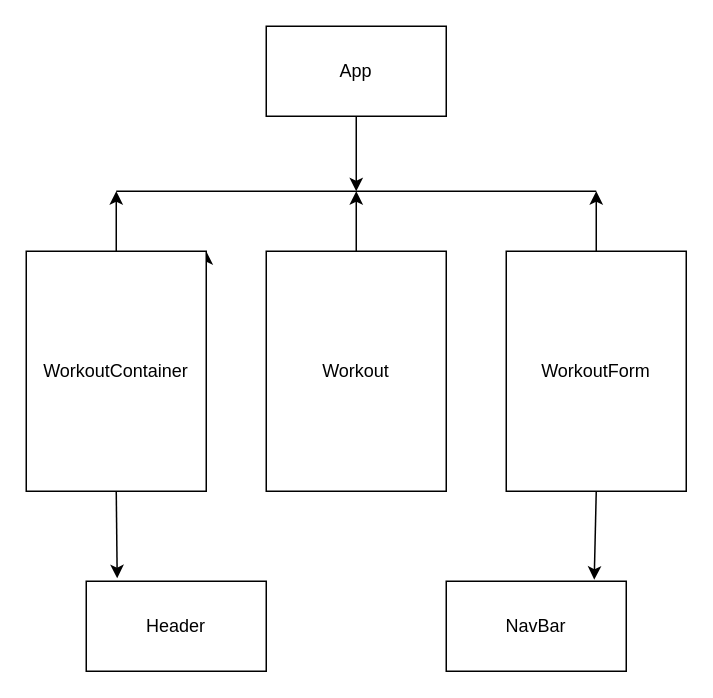
kennethlatour/Victory-React-Project keeps this draw.io diagram as .drawio. Above is the earlier version. Source tidied: cells renumbered, new cells numbered last; positions are measured from the earlier drawing's top-left corner, leaving out a move shared by most shapes. Both pictures are drawn from the tidied source at 150%, with x=0, y=0 at pixel (26, 26).
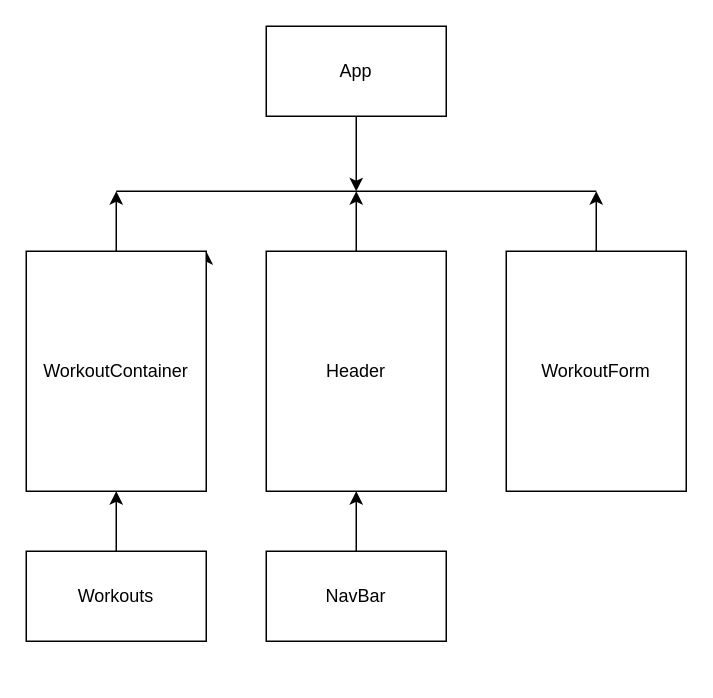
After the change.

Unchanged cells that the change refers to:
```xml
<mxCell id="7" value="WorkoutContainer" style="rounded=0;whiteSpace=wrap;html=1;" parent="1" vertex="1">
  <mxGeometry y="150" width="120" height="160" as="geometry" />
</mxCell>
<mxCell id="12" value="WorkoutForm" style="rounded=0;whiteSpace=wrap;html=1;" parent="1" vertex="1">
  <mxGeometry x="320" y="150" width="120" height="160" as="geometry" />
</mxCell>
```

What changed in the source:
```diff
@@
-    <mxCell id="5" style="edgeStyle=none;html=1;exitX=0.5;exitY=1;exitDx=0;exitDy=0;entryX=0.172;entryY=-0.033;entryDx=0;entryDy=0;entryPerimeter=0;" parent="1" edge="1" source="7" target="13">
-      <mxGeometry relative="1" as="geometry" />
-    </mxCell>
@@
-    <mxCell id="8" style="edgeStyle=none;html=1;" parent="1" edge="1" source="9">
-      <mxGeometry relative="1" as="geometry">
-        <mxPoint x="220" y="110" as="targetPoint" />
-      </mxGeometry>
-    </mxCell>
-    <mxCell id="9" value="Workout" style="rounded=0;whiteSpace=wrap;html=1;" parent="1" vertex="1">
-      <mxGeometry x="160" y="150" width="120" height="160" as="geometry" />
-    </mxCell>
-    <mxCell id="10" style="edgeStyle=none;html=1;exitX=0.5;exitY=1;exitDx=0;exitDy=0;entryX=0.822;entryY=-0.017;entryDx=0;entryDy=0;entryPerimeter=0;" parent="1" edge="1" source="12" target="14">
-      <mxGeometry relative="1" as="geometry" />
-    </mxCell>
@@
+    <mxCell id="16" style="edgeStyle=none;html=1;" parent="1" edge="1" source="13">
+      <mxGeometry relative="1" as="geometry">
+        <mxPoint x="220" y="110" as="targetPoint" />
+      </mxGeometry>
+    </mxCell>
     <mxCell id="13" value="Header" style="rounded=0;whiteSpace=wrap;html=1;" parent="1" vertex="1">
-      <mxGeometry x="40" y="370" width="120" height="60" as="geometry" />
+      <mxGeometry x="160" y="150" width="120" height="160" as="geometry" />
     </mxCell>
+    <mxCell id="15" style="endArrow=none;html=1;" parent="1" edge="1">
+      <mxGeometry relative="1" as="geometry">
+        <mxPoint x="60" y="110" as="sourcePoint" />
+        <mxPoint x="380" y="110" as="targetPoint" />
+        <Array as="points">
+          <mxPoint x="240" y="110" />
+        </Array>
+      </mxGeometry>
+    </mxCell>
+    <mxCell id="17" style="edgeStyle=none;html=1;" parent="1" edge="1" source="14" target="13">
+      <mxGeometry relative="1" as="geometry" />
+    </mxCell>
     <mxCell id="14" value="NavBar" style="rounded=0;whiteSpace=wrap;html=1;" parent="1" vertex="1">
-      <mxGeometry x="280" y="370" width="120" height="60" as="geometry" />
+      <mxGeometry x="160" y="350" width="120" height="60" as="geometry" />
     </mxCell>
-    <mxCell id="15" style="endArrow=none;html=1;" parent="1" edge="1">
-      <mxGeometry relative="1" as="geometry">
-        <mxPoint x="60" y="110" as="sourcePoint" />
-        <mxPoint x="380" y="110" as="targetPoint" />
-        <Array as="points">
-          <mxPoint x="240" y="110" />
-        </Array>
-      </mxGeometry>
-    </mxCell>
+    <mxCell id="18" style="edgeStyle=none;html=1;entryX=0.5;entryY=1;entryDx=0;entryDy=0;" parent="1" edge="1" source="19" target="7">
+      <mxGeometry relative="1" as="geometry" />
+    </mxCell>
+    <mxCell id="19" value="Workouts" style="rounded=0;whiteSpace=wrap;html=1;" parent="1" vertex="1">
+      <mxGeometry y="350" width="120" height="60" as="geometry" />
+    </mxCell>
```
